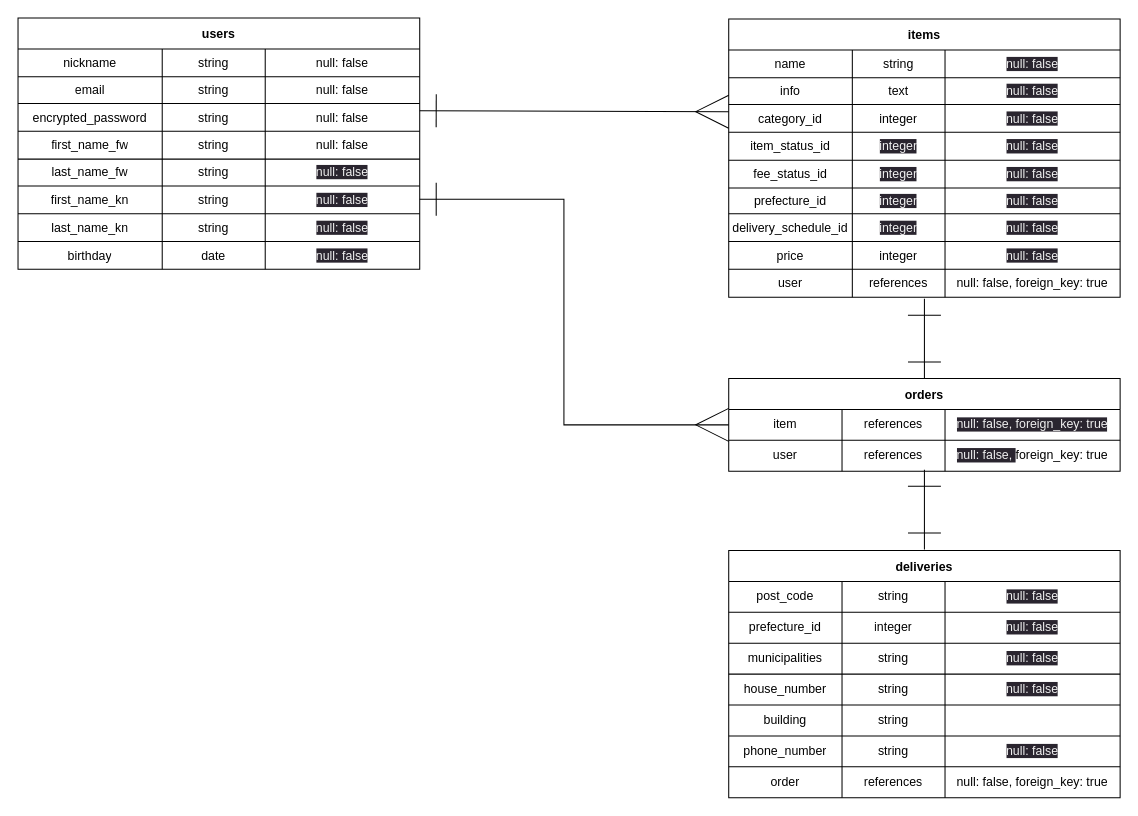
okayu0220/furima-39587 keeps this draw.io diagram as er.dio. Above is the earlier version. Source tidied: cells renumbered, new cells numbered last; positions are measured from the earlier drawing's top-left corner, leaving out a move shared by most shapes. Both pictures are drawn from the tidied source at 103%, with x=0, y=0 at pixel (18, 18).
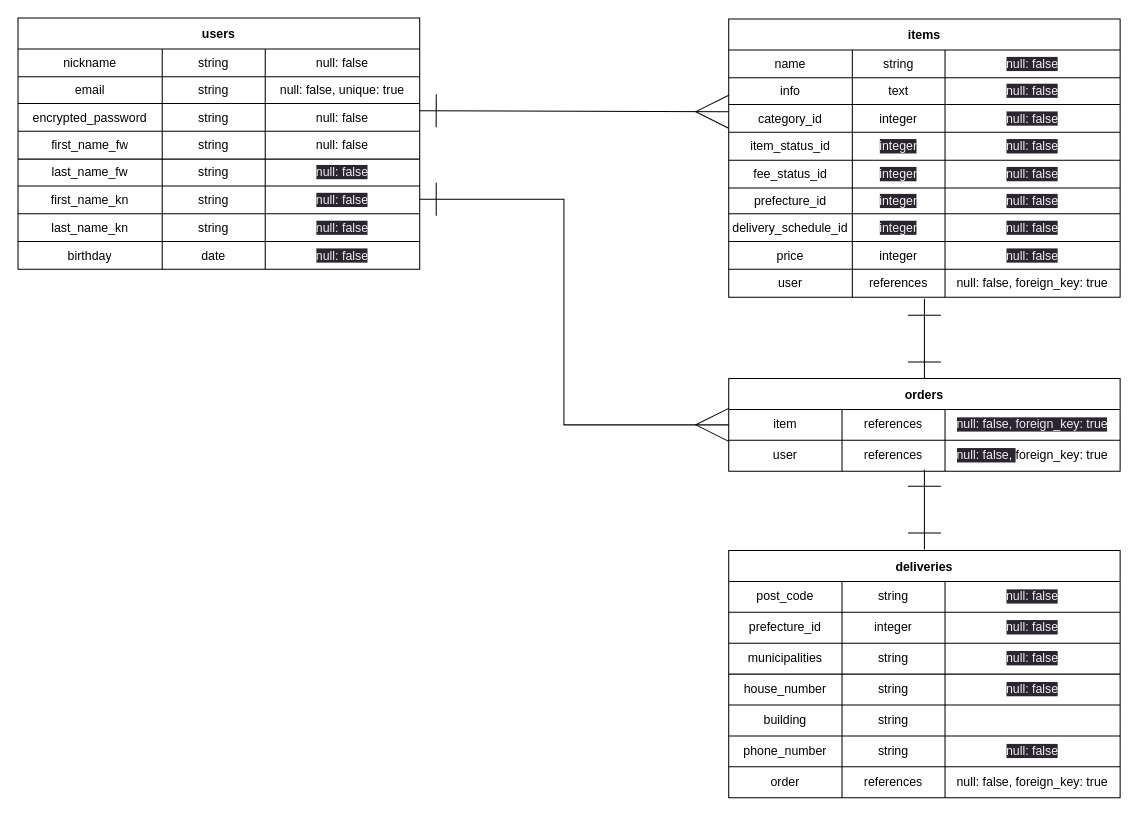
Above is the later version.

Commit message:
ER図を修正(ユニーク制約の追加)

The change refers to these unchanged cells:
```xml
<mxCell id="7" style="shape=tableRow;horizontal=0;startSize=0;swimlaneHead=0;swimlaneBody=0;top=0;left=0;bottom=0;right=0;fillColor=none;" parent="2" vertex="1">
  <mxGeometry y="57" width="390" height="26" as="geometry" />
</mxCell>
```

What changed in the source:
```diff
@@
-    <mxCell id="10" value="null: false" style="shape=partialRectangle;html=1;whiteSpace=wrap;fillColor=none;top=0;left=0;bottom=0;right=0;overflow=hidden;" parent="7" vertex="1">
+    <mxCell id="10" value="null: false, unique: true" style="shape=partialRectangle;html=1;whiteSpace=wrap;fillColor=none;top=0;left=0;bottom=0;right=0;overflow=hidden;" parent="7" vertex="1">
       <mxGeometry x="240" width="150" height="26" as="geometry" />
     </mxCell>
```
